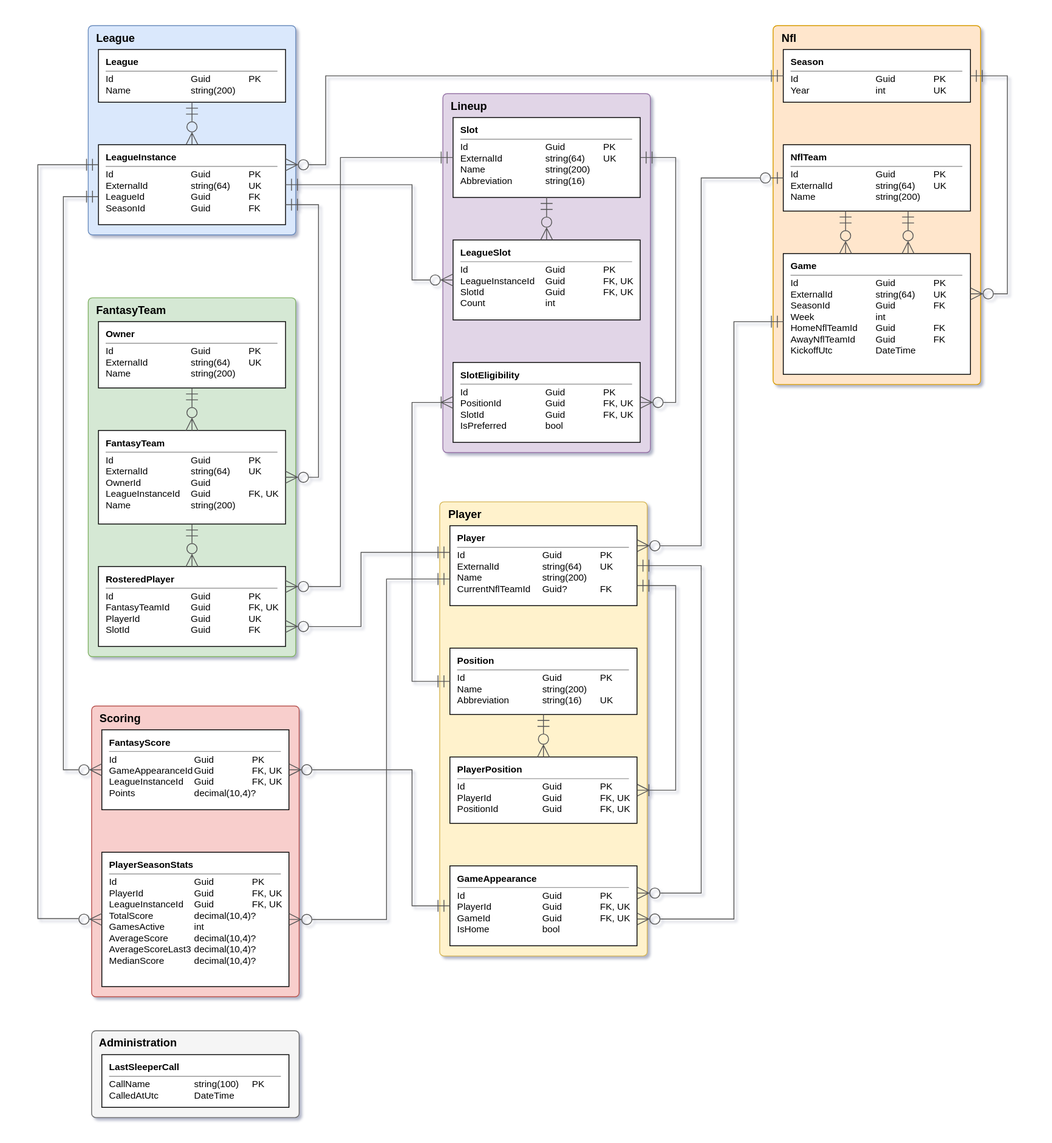
Earlier version of the draw.io export FantasyInformator.Database/models.drawio.svg (MarijnPessers/FantasyInformator). Source tidied: cells renumbered, new cells last; positions are measured from the earlier drawing's top-left corner, leaving out a move shared by most shapes.
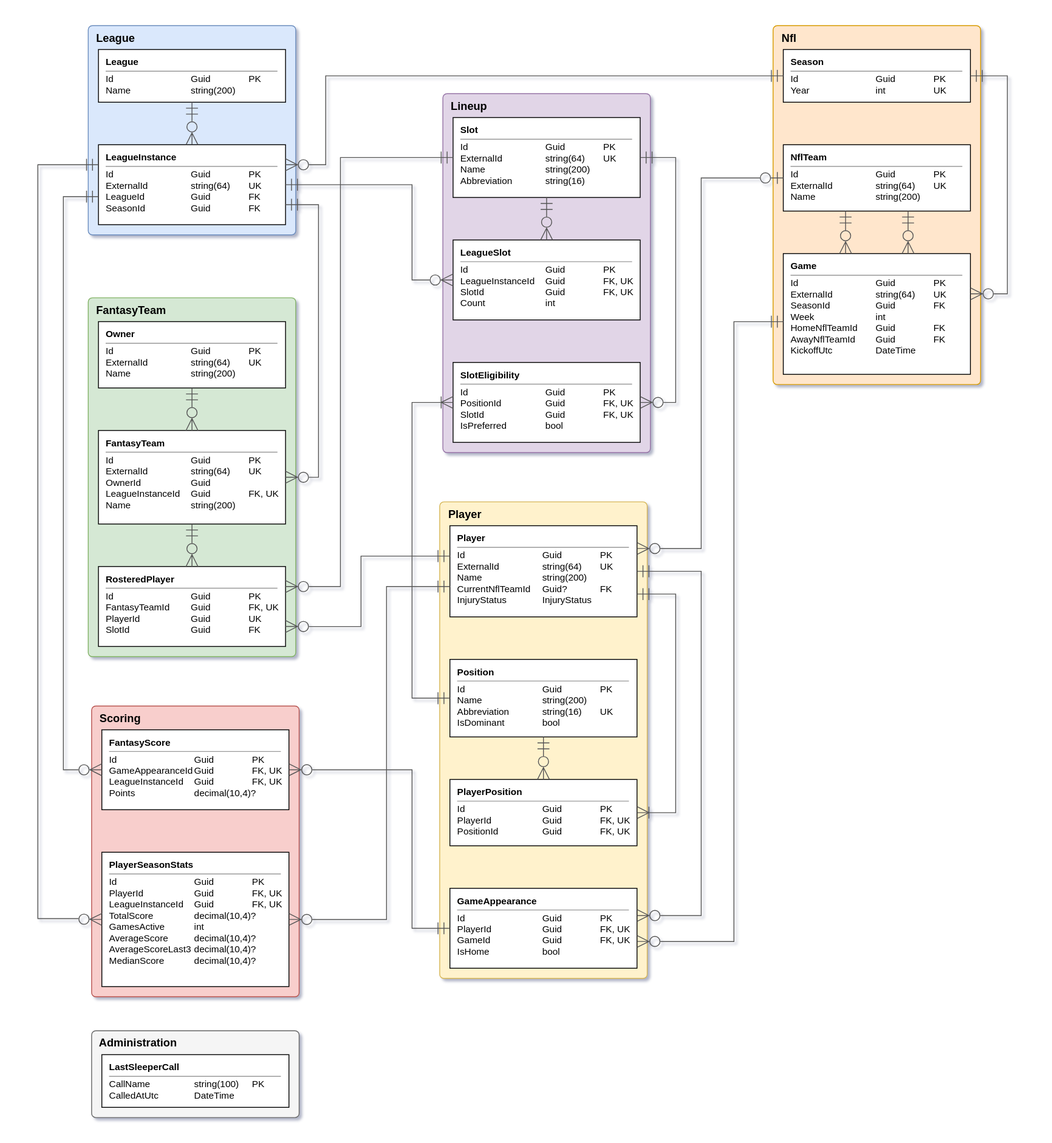
Later version of the same file.

The edit, as a diff of the source:
```diff
@@ -57,19 +57,19 @@
       <mxGeometry x="12" y="268" width="220" height="142" as="geometry" />
     </mxCell>
     <mxCell id="20" value="Player" style="rounded=1;arcSize=2;whiteSpace=wrap;html=1;verticalAlign=top;align=left;spacingLeft=8;fontStyle=1;fontSize=13;fillColor=#fff2cc;strokeColor=#d6b656;" parent="1" vertex="1">
-      <mxGeometry x="472.5" y="559.7" width="244" height="534" as="geometry" />
+      <mxGeometry x="472.5" y="559.7" width="244" height="560.4" as="geometry" />
     </mxCell>
-    <mxCell id="21" value="&lt;b&gt;Player&lt;/b&gt;&lt;hr size=&quot;1&quot;&gt;&lt;table cellspacing=&quot;0&quot; cellpadding=&quot;0&quot; style=&quot;font-size:11px;&quot;&gt;&lt;tr&gt;&lt;td style=&quot;white-space:nowrap;width:100px;&quot;&gt;Id&lt;/td&gt;&lt;td style=&quot;white-space:nowrap;width:68px;&quot;&gt;Guid&lt;/td&gt;&lt;td style=&quot;white-space:nowrap;&quot;&gt;PK&lt;/td&gt;&lt;/tr&gt;&lt;tr&gt;&lt;td style=&quot;white-space:nowrap;width:100px;&quot;&gt;ExternalId&lt;/td&gt;&lt;td style=&quot;white-space:nowrap;width:68px;&quot;&gt;string(64)&lt;/td&gt;&lt;td style=&quot;white-space:nowrap;&quot;&gt;UK&lt;/td&gt;&lt;/tr&gt;&lt;tr&gt;&lt;td style=&quot;white-space:nowrap;width:100px;&quot;&gt;Name&lt;/td&gt;&lt;td style=&quot;white-space:nowrap;width:68px;&quot;&gt;string(200)&lt;/td&gt;&lt;td style=&quot;white-space:nowrap;&quot;&gt;&lt;/td&gt;&lt;/tr&gt;&lt;tr&gt;&lt;td style=&quot;white-space:nowrap;width:100px;&quot;&gt;CurrentNflTeamId&lt;/td&gt;&lt;td style=&quot;white-space:nowrap;width:68px;&quot;&gt;Guid?&lt;/td&gt;&lt;td style=&quot;white-space:nowrap;&quot;&gt;FK&lt;/td&gt;&lt;/tr&gt;&lt;/table&gt;" style="rounded=0;whiteSpace=wrap;html=1;align=left;verticalAlign=top;spacingLeft=6;fillColor=#ffffff;strokeColor=#000000;fontSize=11;" parent="20" vertex="1">
-      <mxGeometry x="12" y="28" width="220" height="94" as="geometry" />
+    <mxCell id="21" value="&lt;b&gt;Player&lt;/b&gt;&lt;hr size=&quot;1&quot;&gt;&lt;table cellspacing=&quot;0&quot; cellpadding=&quot;0&quot; style=&quot;font-size:11px;&quot;&gt;&lt;tr&gt;&lt;td style=&quot;white-space:nowrap;width:100px;&quot;&gt;Id&lt;/td&gt;&lt;td style=&quot;white-space:nowrap;width:68px;&quot;&gt;Guid&lt;/td&gt;&lt;td style=&quot;white-space:nowrap;&quot;&gt;PK&lt;/td&gt;&lt;/tr&gt;&lt;tr&gt;&lt;td style=&quot;white-space:nowrap;width:100px;&quot;&gt;ExternalId&lt;/td&gt;&lt;td style=&quot;white-space:nowrap;width:68px;&quot;&gt;string(64)&lt;/td&gt;&lt;td style=&quot;white-space:nowrap;&quot;&gt;UK&lt;/td&gt;&lt;/tr&gt;&lt;tr&gt;&lt;td style=&quot;white-space:nowrap;width:100px;&quot;&gt;Name&lt;/td&gt;&lt;td style=&quot;white-space:nowrap;width:68px;&quot;&gt;string(200)&lt;/td&gt;&lt;td style=&quot;white-space:nowrap;&quot;&gt;&lt;/td&gt;&lt;/tr&gt;&lt;tr&gt;&lt;td style=&quot;white-space:nowrap;width:100px;&quot;&gt;CurrentNflTeamId&lt;/td&gt;&lt;td style=&quot;white-space:nowrap;width:68px;&quot;&gt;Guid?&lt;/td&gt;&lt;td style=&quot;white-space:nowrap;&quot;&gt;FK&lt;/td&gt;&lt;/tr&gt;&lt;tr&gt;&lt;td style=&quot;white-space:nowrap;width:100px;&quot;&gt;InjuryStatus&lt;/td&gt;&lt;td style=&quot;white-space:nowrap;width:68px;&quot;&gt;InjuryStatus&lt;/td&gt;&lt;td style=&quot;white-space:nowrap;&quot;&gt;&lt;/td&gt;&lt;/tr&gt;&lt;/table&gt;" style="rounded=0;whiteSpace=wrap;html=1;align=left;verticalAlign=top;spacingLeft=6;fillColor=#ffffff;strokeColor=#000000;fontSize=11;" parent="20" vertex="1">
+      <mxGeometry x="12" y="28" width="220" height="107.2" as="geometry" />
     </mxCell>
-    <mxCell id="22" value="&lt;b&gt;Position&lt;/b&gt;&lt;hr size=&quot;1&quot;&gt;&lt;table cellspacing=&quot;0&quot; cellpadding=&quot;0&quot; style=&quot;font-size:11px;&quot;&gt;&lt;tr&gt;&lt;td style=&quot;white-space:nowrap;width:100px;&quot;&gt;Id&lt;/td&gt;&lt;td style=&quot;white-space:nowrap;width:68px;&quot;&gt;Guid&lt;/td&gt;&lt;td style=&quot;white-space:nowrap;&quot;&gt;PK&lt;/td&gt;&lt;/tr&gt;&lt;tr&gt;&lt;td style=&quot;white-space:nowrap;width:100px;&quot;&gt;Name&lt;/td&gt;&lt;td style=&quot;white-space:nowrap;width:68px;&quot;&gt;string(200)&lt;/td&gt;&lt;td style=&quot;white-space:nowrap;&quot;&gt;&lt;/td&gt;&lt;/tr&gt;&lt;tr&gt;&lt;td style=&quot;white-space:nowrap;width:100px;&quot;&gt;Abbreviation&lt;/td&gt;&lt;td style=&quot;white-space:nowrap;width:68px;&quot;&gt;string(16)&lt;/td&gt;&lt;td style=&quot;white-space:nowrap;&quot;&gt;UK&lt;/td&gt;&lt;/tr&gt;&lt;/table&gt;" style="rounded=0;whiteSpace=wrap;html=1;align=left;verticalAlign=top;spacingLeft=6;fillColor=#ffffff;strokeColor=#000000;fontSize=11;" parent="20" vertex="1">
-      <mxGeometry x="12" y="172" width="220" height="78" as="geometry" />
+    <mxCell id="22" value="&lt;b&gt;Position&lt;/b&gt;&lt;hr size=&quot;1&quot;&gt;&lt;table cellspacing=&quot;0&quot; cellpadding=&quot;0&quot; style=&quot;font-size:11px;&quot;&gt;&lt;tr&gt;&lt;td style=&quot;white-space:nowrap;width:100px;&quot;&gt;Id&lt;/td&gt;&lt;td style=&quot;white-space:nowrap;width:68px;&quot;&gt;Guid&lt;/td&gt;&lt;td style=&quot;white-space:nowrap;&quot;&gt;PK&lt;/td&gt;&lt;/tr&gt;&lt;tr&gt;&lt;td style=&quot;white-space:nowrap;width:100px;&quot;&gt;Name&lt;/td&gt;&lt;td style=&quot;white-space:nowrap;width:68px;&quot;&gt;string(200)&lt;/td&gt;&lt;td style=&quot;white-space:nowrap;&quot;&gt;&lt;/td&gt;&lt;/tr&gt;&lt;tr&gt;&lt;td style=&quot;white-space:nowrap;width:100px;&quot;&gt;Abbreviation&lt;/td&gt;&lt;td style=&quot;white-space:nowrap;width:68px;&quot;&gt;string(16)&lt;/td&gt;&lt;td style=&quot;white-space:nowrap;&quot;&gt;UK&lt;/td&gt;&lt;/tr&gt;&lt;tr&gt;&lt;td style=&quot;white-space:nowrap;width:100px;&quot;&gt;IsDominant&lt;/td&gt;&lt;td style=&quot;white-space:nowrap;width:68px;&quot;&gt;bool&lt;/td&gt;&lt;td style=&quot;white-space:nowrap;&quot;&gt;&lt;/td&gt;&lt;/tr&gt;&lt;/table&gt;" style="rounded=0;whiteSpace=wrap;html=1;align=left;verticalAlign=top;spacingLeft=6;fillColor=#ffffff;strokeColor=#000000;fontSize=11;" parent="20" vertex="1">
+      <mxGeometry x="12" y="185.2" width="220" height="91.2" as="geometry" />
     </mxCell>
     <mxCell id="23" value="&lt;b&gt;PlayerPosition&lt;/b&gt;&lt;hr size=&quot;1&quot;&gt;&lt;table cellspacing=&quot;0&quot; cellpadding=&quot;0&quot; style=&quot;font-size:11px;&quot;&gt;&lt;tr&gt;&lt;td style=&quot;white-space:nowrap;width:100px;&quot;&gt;Id&lt;/td&gt;&lt;td style=&quot;white-space:nowrap;width:68px;&quot;&gt;Guid&lt;/td&gt;&lt;td style=&quot;white-space:nowrap;&quot;&gt;PK&lt;/td&gt;&lt;/tr&gt;&lt;tr&gt;&lt;td style=&quot;white-space:nowrap;width:100px;&quot;&gt;PlayerId&lt;/td&gt;&lt;td style=&quot;white-space:nowrap;width:68px;&quot;&gt;Guid&lt;/td&gt;&lt;td style=&quot;white-space:nowrap;&quot;&gt;FK, UK&lt;/td&gt;&lt;/tr&gt;&lt;tr&gt;&lt;td style=&quot;white-space:nowrap;width:100px;&quot;&gt;PositionId&lt;/td&gt;&lt;td style=&quot;white-space:nowrap;width:68px;&quot;&gt;Guid&lt;/td&gt;&lt;td style=&quot;white-space:nowrap;&quot;&gt;FK, UK&lt;/td&gt;&lt;/tr&gt;&lt;/table&gt;" style="rounded=0;whiteSpace=wrap;html=1;align=left;verticalAlign=top;spacingLeft=6;fillColor=#ffffff;strokeColor=#000000;fontSize=11;" parent="20" vertex="1">
-      <mxGeometry x="12" y="300" width="220" height="78" as="geometry" />
+      <mxGeometry x="12" y="326.4" width="220" height="78" as="geometry" />
     </mxCell>
     <mxCell id="24" value="&lt;b&gt;GameAppearance&lt;/b&gt;&lt;hr size=&quot;1&quot;&gt;&lt;table cellspacing=&quot;0&quot; cellpadding=&quot;0&quot; style=&quot;font-size:11px;&quot;&gt;&lt;tr&gt;&lt;td style=&quot;white-space:nowrap;width:100px;&quot;&gt;Id&lt;/td&gt;&lt;td style=&quot;white-space:nowrap;width:68px;&quot;&gt;Guid&lt;/td&gt;&lt;td style=&quot;white-space:nowrap;&quot;&gt;PK&lt;/td&gt;&lt;/tr&gt;&lt;tr&gt;&lt;td style=&quot;white-space:nowrap;width:100px;&quot;&gt;PlayerId&lt;/td&gt;&lt;td style=&quot;white-space:nowrap;width:68px;&quot;&gt;Guid&lt;/td&gt;&lt;td style=&quot;white-space:nowrap;&quot;&gt;FK, UK&lt;/td&gt;&lt;/tr&gt;&lt;tr&gt;&lt;td style=&quot;white-space:nowrap;width:100px;&quot;&gt;GameId&lt;/td&gt;&lt;td style=&quot;white-space:nowrap;width:68px;&quot;&gt;Guid&lt;/td&gt;&lt;td style=&quot;white-space:nowrap;&quot;&gt;FK, UK&lt;/td&gt;&lt;/tr&gt;&lt;tr&gt;&lt;td style=&quot;white-space:nowrap;width:100px;&quot;&gt;IsHome&lt;/td&gt;&lt;td style=&quot;white-space:nowrap;width:68px;&quot;&gt;bool&lt;/td&gt;&lt;td style=&quot;white-space:nowrap;&quot;&gt;&lt;/td&gt;&lt;/tr&gt;&lt;/table&gt;" style="rounded=0;whiteSpace=wrap;html=1;align=left;verticalAlign=top;spacingLeft=6;fillColor=#ffffff;strokeColor=#000000;fontSize=11;" parent="20" vertex="1">
-      <mxGeometry x="12" y="428" width="220" height="94" as="geometry" />
+      <mxGeometry x="12" y="454.4" width="220" height="94" as="geometry" />
     </mxCell>
     <mxCell id="25" style="edgeStyle=none;rounded=0;html=1;strokeColor=#555555;exitX=0.5;exitY=1;entryX=0.5;entryY=0;exitDx=0;exitDy=0;entryDx=0;entryDy=0;startArrow=ERmandOne;endArrow=ERzeroToMany;startFill=0;endFill=0;startSize=12;endSize=12;" parent="1" edge="1" source="3" target="4">
       <mxGeometry relative="1" as="geometry" />
@@ -100,7 +100,7 @@
     <mxCell id="30" style="edgeStyle=orthogonalEdgeStyle;rounded=0;curved=0;html=1;strokeColor=#555555;exitX=0;exitY=0.333;entryX=1;entryY=0.75;exitDx=0;exitDy=0;entryDx=0;entryDy=0;startArrow=ERmandOne;endArrow=ERzeroToMany;startFill=0;endFill=0;startSize=12;endSize=12;" parent="1" edge="1" source="21" target="8">
       <mxGeometry x="-0.04" relative="1" as="geometry">
         <Array as="points">
-          <mxPoint x="380" y="619" />
+          <mxPoint x="380" y="623.4" />
           <mxPoint x="380" y="706.2" />
         </Array>
       </mxGeometry>
@@ -109,7 +109,7 @@
       <mxGeometry x="-0.28" relative="1" as="geometry">
         <Array as="points">
           <mxPoint x="780" y="178.7" />
-          <mxPoint x="780" y="611.2" />
+          <mxPoint x="780" y="614.5" />
         </Array>
       </mxGeometry>
     </mxCell>
@@ -141,8 +141,8 @@
     <mxCell id="37" style="edgeStyle=orthogonalEdgeStyle;rounded=0;curved=0;html=1;strokeColor=#555555;exitX=1;exitY=0.75;entryX=1;entryY=0.5;exitDx=0;exitDy=0;entryDx=0;entryDy=0;startArrow=ERmandOne;endArrow=ERoneToMany;startFill=0;endFill=0;startSize=12;endSize=12;" parent="1" edge="1" source="21" target="23">
       <mxGeometry x="0.69" relative="1" as="geometry">
         <Array as="points">
-          <mxPoint x="750" y="658.2" />
-          <mxPoint x="750" y="898.7" />
+          <mxPoint x="750" y="668.1" />
+          <mxPoint x="750" y="925.1" />
         </Array>
       </mxGeometry>
     </mxCell>
@@ -152,7 +152,7 @@
     <mxCell id="39" style="edgeStyle=orthogonalEdgeStyle;rounded=0;curved=0;html=1;strokeColor=#555555;exitX=0;exitY=0.5;entryX=0;entryY=0.5;exitDx=0;exitDy=0;entryDx=0;entryDy=0;startArrow=ERmandOne;endArrow=ERoneToMany;startFill=0;endFill=0;startSize=12;endSize=12;" parent="1" edge="1" source="22" target="12">
       <mxGeometry x="-0.12" relative="1" as="geometry">
         <Array as="points">
-          <mxPoint x="440" y="770.7" />
+          <mxPoint x="440" y="790.5" />
           <mxPoint x="440" y="442.7" />
         </Array>
       </mxGeometry>
@@ -165,12 +165,11 @@
         </Array>
       </mxGeometry>
     </mxCell>
-    <mxCell id="41" style="edgeStyle=orthogonalEdgeStyle;rounded=0;curved=0;html=1;strokeColor=#555555;exitX=1;exitY=0.5;exitDx=0;exitDy=0;startArrow=ERmandOne;endArrow=ERzeroToMany;startFill=0;endFill=0;startSize=12;endSize=12;" parent="1" edge="1" source="21">
+    <mxCell id="41" style="edgeStyle=orthogonalEdgeStyle;rounded=0;curved=0;html=1;strokeColor=#555555;exitX=1;exitY=0.5;exitDx=0;exitDy=0;startArrow=ERmandOne;endArrow=ERzeroToMany;startFill=0;endFill=0;startSize=12;endSize=12;entryX=1;entryY=0.34;entryDx=0;entryDy=0;" parent="1" edge="1" source="21" target="24">
       <mxGeometry x="0.57" relative="1" as="geometry">
-        <mxPoint x="704.5" y="1019.7" as="targetPoint" />
         <Array as="points">
-          <mxPoint x="780" y="634.7" />
-          <mxPoint x="780" y="1019.7" />
+          <mxPoint x="780" y="641.3" />
+          <mxPoint x="780" y="1046.1" />
         </Array>
       </mxGeometry>
     </mxCell>
@@ -178,14 +177,14 @@
       <mxGeometry x="0.27" relative="1" as="geometry">
         <Array as="points">
           <mxPoint x="818.5" y="330.7" />
-          <mxPoint x="818.5" y="1050.2" />
+          <mxPoint x="818.5" y="1076.6" />
         </Array>
       </mxGeometry>
     </mxCell>
     <mxCell id="43" style="edgeStyle=orthogonalEdgeStyle;rounded=0;curved=0;html=1;strokeColor=#555555;exitX=0;exitY=0.5;entryX=1;entryY=0.5;exitDx=0;exitDy=0;entryDx=0;entryDy=0;startArrow=ERmandOne;endArrow=ERzeroToMany;startFill=0;endFill=0;startSize=12;endSize=12;" parent="1" edge="1" source="24" target="14">
       <mxGeometry x="-0.26" relative="1" as="geometry">
         <Array as="points">
-          <mxPoint x="440" y="1034.7" />
+          <mxPoint x="440" y="1061.1" />
           <mxPoint x="440" y="874.7" />
         </Array>
       </mxGeometry>
@@ -201,7 +200,7 @@
     <mxCell id="45" style="edgeStyle=orthogonalEdgeStyle;rounded=0;curved=0;html=1;strokeColor=#555555;exitX=0;exitY=0.667;entryX=1;entryY=0.5;exitDx=0;exitDy=0;entryDx=0;entryDy=0;startArrow=ERmandOne;endArrow=ERzeroToMany;startFill=0;endFill=0;startSize=12;endSize=12;" parent="1" edge="1" source="21" target="15">
       <mxGeometry x="-0.53" relative="1" as="geometry">
         <Array as="points">
-          <mxPoint x="410" y="650.4" />
+          <mxPoint x="410" y="659.2" />
           <mxPoint x="410" y="1050.7" />
         </Array>
       </mxGeometry>
```
